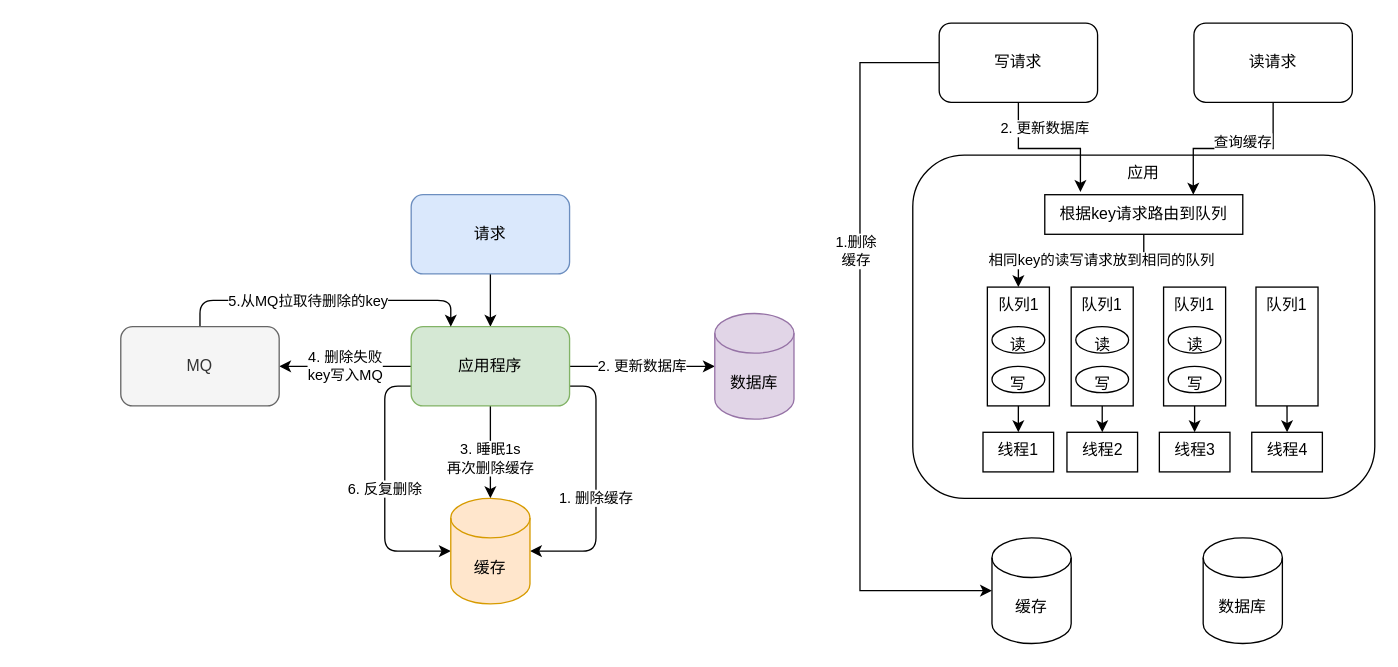
The draw.io diagram page "MySQL和Redis双写一致性" (3 of 3) of FIBM项目绘图.drawio in zhangtong0512/drawio, before the edit. Source tidied: cells renumbered, new cells numbered last; positions are measured from the earlier drawing's top-left corner, leaving out a move shared by most shapes. Both pictures are drawn from the tidied source at 132%, with x=0, y=0 at pixel (120, 22).
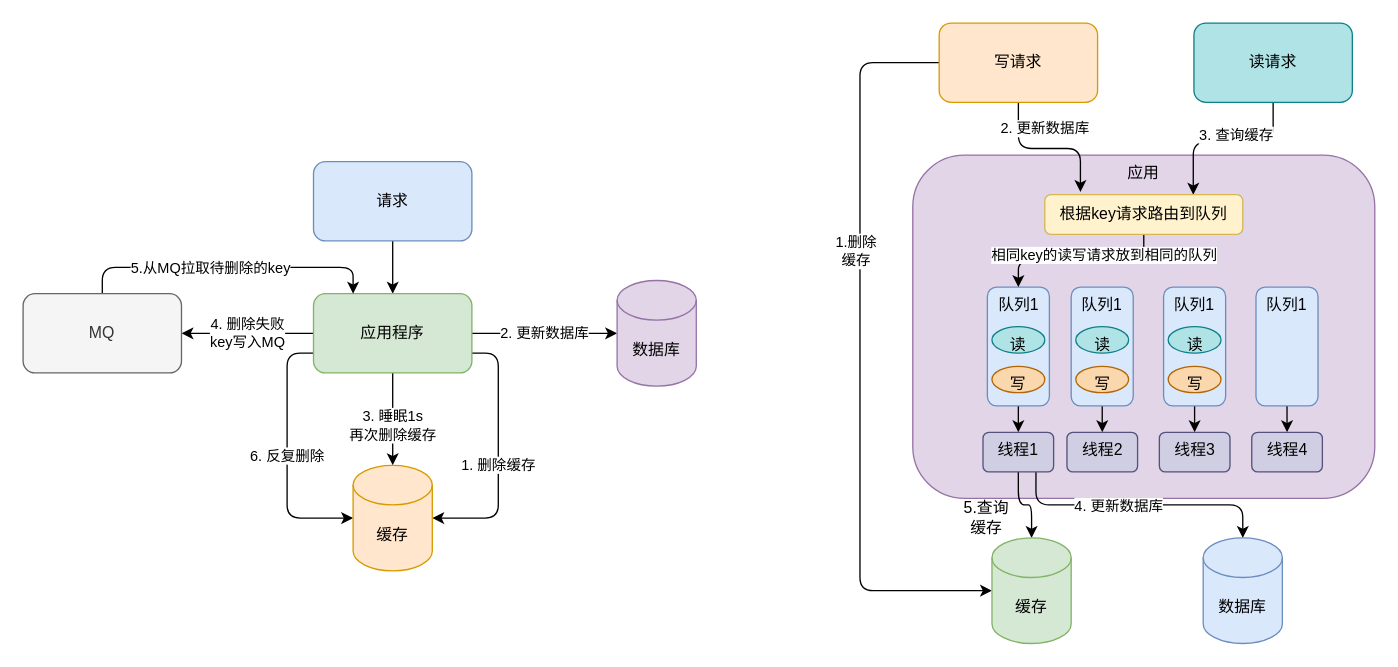
Above is the later version.

Commit message:
更新FIBM项目绘图.drawio

Change to the diagram source:
```diff
@@
-    <mxCell id="2" value="应用" style="rounded=1;whiteSpace=wrap;html=1;verticalAlign=top;" parent="1" vertex="1">
+    <mxCell id="2" value="应用" style="whiteSpace=wrap;html=1;verticalAlign=top;fillColor=#e1d5e7;strokeColor=#9673a6;rounded=1;" parent="1" vertex="1">
       <mxGeometry x="600" y="100" width="350" height="260" as="geometry" />
     </mxCell>
@@
     <mxCell id="4" value="请求" style="whiteSpace=wrap;html=1;fillColor=#dae8fc;strokeColor=#6c8ebf;rounded=1;" parent="1" vertex="1">
-      <mxGeometry x="220" y="130" width="120" height="60" as="geometry" />
+      <mxGeometry x="146" y="105" width="120" height="60" as="geometry" />
     </mxCell>
     <mxCell id="5" value="2. 更新数据库" style="edgeStyle=orthogonalEdgeStyle;jettySize=auto;html=1;entryX=0;entryY=0.5;entryDx=0;entryDy=0;entryPerimeter=0;" parent="1" edge="1" source="11" target="13">
       <mxGeometry relative="1" as="geometry">
         <Array as="points">
-          <mxPoint x="370" y="260" />
-          <mxPoint x="370" y="260" />
+          <mxPoint x="296" y="235" />
+          <mxPoint x="296" y="235" />
         </Array>
       </mxGeometry>
     </mxCell>
     <mxCell id="6" style="edgeStyle=orthogonalEdgeStyle;jettySize=auto;html=1;exitX=1;exitY=0.75;exitDx=0;exitDy=0;entryX=1;entryY=0.5;entryDx=0;entryDy=0;entryPerimeter=0;" parent="1" edge="1" source="11" target="12">
       <mxGeometry relative="1" as="geometry">
         <Array as="points">
-          <mxPoint x="360" y="275" />
-          <mxPoint x="360" y="400" />
+          <mxPoint x="286" y="250" />
+          <mxPoint x="286" y="375" />
         </Array>
       </mxGeometry>
     </mxCell>
@@
     <mxCell id="8" value="3. 睡眠1s&lt;br&gt;再次删除缓存" style="edgeStyle=orthogonalEdgeStyle;jettySize=auto;html=1;exitX=0.5;exitY=1;exitDx=0;exitDy=0;" parent="1" edge="1" source="11" target="12">
       <mxGeometry x="0.14" relative="1" as="geometry">
         <Array as="points">
-          <mxPoint x="280" y="310" />
-          <mxPoint x="280" y="310" />
+          <mxPoint x="206" y="285" />
+          <mxPoint x="206" y="285" />
         </Array>
       </mxGeometry>
     </mxCell>
@@
     <mxCell id="11" value="应用程序" style="whiteSpace=wrap;html=1;fillColor=#d5e8d4;strokeColor=#82b366;rounded=1;" parent="1" vertex="1">
-      <mxGeometry x="220" y="230" width="120" height="60" as="geometry" />
+      <mxGeometry x="146" y="205" width="120" height="60" as="geometry" />
     </mxCell>
     <mxCell id="12" value="缓存" style="shape=cylinder3;whiteSpace=wrap;html=1;boundedLbl=1;backgroundOutline=1;size=15;fillColor=#ffe6cc;strokeColor=#d79b00;rounded=1;" parent="1" vertex="1">
-      <mxGeometry x="250" y="360" width="60" height="80" as="geometry" />
+      <mxGeometry x="176" y="335" width="60" height="80" as="geometry" />
     </mxCell>
     <mxCell id="13" value="数据库" style="shape=cylinder3;whiteSpace=wrap;html=1;boundedLbl=1;backgroundOutline=1;size=15;fillColor=#e1d5e7;strokeColor=#9673a6;rounded=1;" parent="1" vertex="1">
-      <mxGeometry x="450" y="220" width="60" height="80" as="geometry" />
+      <mxGeometry x="376" y="195" width="60" height="80" as="geometry" />
     </mxCell>
@@
     <mxCell id="16" value="MQ" style="whiteSpace=wrap;html=1;fillColor=#f5f5f5;strokeColor=#666666;fontColor=#333333;rounded=1;" parent="1" vertex="1">
-      <mxGeometry y="230" width="120" height="60" as="geometry" />
+      <mxGeometry x="-74" y="205" width="120" height="60" as="geometry" />
     </mxCell>
-    <mxCell id="17" value="2. 更新数据库" style="edgeStyle=orthogonalEdgeStyle;rounded=0;jettySize=auto;html=1;exitX=0.5;exitY=1;exitDx=0;exitDy=0;entryX=0.18;entryY=-0.067;entryDx=0;entryDy=0;entryPerimeter=0;" parent="1" edge="1" source="20" target="45">
+    <mxCell id="17" value="2. 更新数据库" style="edgeStyle=orthogonalEdgeStyle;jettySize=auto;html=1;exitX=0.5;exitY=1;exitDx=0;exitDy=0;entryX=0.18;entryY=-0.067;entryDx=0;entryDy=0;entryPerimeter=0;" parent="1" edge="1" source="20" target="45">
       <mxGeometry x="-0.04" y="15" relative="1" as="geometry" />
     </mxCell>
-    <mxCell id="18" style="edgeStyle=orthogonalEdgeStyle;rounded=0;jettySize=auto;html=1;exitX=0;exitY=0.5;exitDx=0;exitDy=0;entryX=0;entryY=0.5;entryDx=0;entryDy=0;entryPerimeter=0;" parent="1" edge="1" source="20" target="41">
+    <mxCell id="18" style="edgeStyle=orthogonalEdgeStyle;jettySize=auto;html=1;exitX=0;exitY=0.5;exitDx=0;exitDy=0;entryX=0;entryY=0.5;entryDx=0;entryDy=0;entryPerimeter=0;" parent="1" edge="1" source="20" target="41">
       <mxGeometry relative="1" as="geometry">
         <Array as="points">
           <mxPoint x="560" y="30" />
           <mxPoint x="560" y="430" />
         </Array>
       </mxGeometry>
     </mxCell>
-    <mxCell id="19" value="1.删除&lt;br&gt;缓存" style="edgeLabel;html=1;align=center;verticalAlign=middle;" parent="18" vertex="1">
+    <mxCell id="19" value="1.删除&lt;br&gt;缓存" style="edgeLabel;html=1;align=center;verticalAlign=middle;rounded=1;" parent="18" vertex="1">
       <mxGeometry x="-0.28" y="-4" relative="1" as="geometry" />
     </mxCell>
-    <mxCell id="20" value="写请求" style="rounded=1;whiteSpace=wrap;html=1;" parent="1" vertex="1">
+    <mxCell id="20" value="写请求" style="whiteSpace=wrap;html=1;fillColor=#ffe6cc;strokeColor=#d79b00;rounded=1;" parent="1" vertex="1">
       <mxGeometry x="620" width="120" height="60" as="geometry" />
     </mxCell>
-    <mxCell id="21" value="查询缓存" style="edgeStyle=orthogonalEdgeStyle;rounded=0;jettySize=auto;html=1;exitX=0.5;exitY=1;exitDx=0;exitDy=0;entryX=0.75;entryY=0;entryDx=0;entryDy=0;" parent="1" edge="1" source="22" target="45">
-      <mxGeometry x="-0.11" y="-5" relative="1" as="geometry" />
+    <mxCell id="21" value="3. 查询缓存" style="edgeStyle=orthogonalEdgeStyle;jettySize=auto;html=1;exitX=0.5;exitY=1;exitDx=0;exitDy=0;entryX=0.75;entryY=0;entryDx=0;entryDy=0;" parent="1" edge="1" source="22" target="45">
+      <mxGeometry x="-0.11" y="-5" relative="1" as="geometry">
+        <Array as="points">
+          <mxPoint x="873" y="90" />
+          <mxPoint x="813" y="90" />
+        </Array>
+      </mxGeometry>
     </mxCell>
-    <mxCell id="22" value="读请求" style="rounded=1;whiteSpace=wrap;html=1;" parent="1" vertex="1">
+    <mxCell id="22" value="读请求" style="whiteSpace=wrap;html=1;fillColor=#b0e3e6;strokeColor=#0e8088;rounded=1;" parent="1" vertex="1">
       <mxGeometry x="813" width="120" height="60" as="geometry" />
     </mxCell>
-    <mxCell id="23" style="edgeStyle=orthogonalEdgeStyle;rounded=0;jettySize=auto;html=1;exitX=0.5;exitY=1;exitDx=0;exitDy=0;entryX=0.5;entryY=0;entryDx=0;entryDy=0;" parent="1" edge="1" source="24" target="31">
+    <mxCell id="23" style="edgeStyle=orthogonalEdgeStyle;jettySize=auto;html=1;exitX=0.5;exitY=1;exitDx=0;exitDy=0;entryX=0.5;entryY=0;entryDx=0;entryDy=0;" parent="1" edge="1" source="24" target="31">
       <mxGeometry relative="1" as="geometry" />
     </mxCell>
-    <mxCell id="24" value="队列1" style="rounded=0;whiteSpace=wrap;html=1;verticalAlign=top;" parent="1" vertex="1">
+    <mxCell id="24" value="队列1" style="whiteSpace=wrap;html=1;verticalAlign=top;fillColor=#dae8fc;strokeColor=#6c8ebf;rounded=1;" parent="1" vertex="1">
       <mxGeometry x="656.5" y="200" width="47" height="90" as="geometry" />
     </mxCell>
-    <mxCell id="25" style="edgeStyle=orthogonalEdgeStyle;rounded=0;jettySize=auto;html=1;exitX=0.5;exitY=1;exitDx=0;exitDy=0;entryX=0.5;entryY=0;entryDx=0;entryDy=0;" parent="1" edge="1" source="26" target="32">
+    <mxCell id="25" style="edgeStyle=orthogonalEdgeStyle;jettySize=auto;html=1;exitX=0.5;exitY=1;exitDx=0;exitDy=0;entryX=0.5;entryY=0;entryDx=0;entryDy=0;" parent="1" edge="1" source="26" target="32">
       <mxGeometry relative="1" as="geometry" />
     </mxCell>
-    <mxCell id="26" value="&lt;span&gt;队列1&lt;/span&gt;" style="rounded=0;whiteSpace=wrap;html=1;verticalAlign=top;" parent="1" vertex="1">
+    <mxCell id="26" value="&lt;span&gt;队列1&lt;/span&gt;" style="whiteSpace=wrap;html=1;verticalAlign=top;fillColor=#dae8fc;strokeColor=#6c8ebf;rounded=1;" parent="1" vertex="1">
       <mxGeometry x="720" y="200" width="47" height="90" as="geometry" />
     </mxCell>
-    <mxCell id="27" style="edgeStyle=orthogonalEdgeStyle;rounded=0;jettySize=auto;html=1;exitX=0.5;exitY=1;exitDx=0;exitDy=0;" parent="1" edge="1" source="28" target="33">
+    <mxCell id="27" style="edgeStyle=orthogonalEdgeStyle;jettySize=auto;html=1;exitX=0.5;exitY=1;exitDx=0;exitDy=0;" parent="1" edge="1" source="28" target="33">
       <mxGeometry relative="1" as="geometry" />
     </mxCell>
-    <mxCell id="28" value="&lt;span&gt;队列1&lt;/span&gt;" style="rounded=0;whiteSpace=wrap;html=1;verticalAlign=top;" parent="1" vertex="1">
+    <mxCell id="28" value="&lt;span&gt;队列1&lt;/span&gt;" style="whiteSpace=wrap;html=1;verticalAlign=top;fillColor=#dae8fc;strokeColor=#6c8ebf;rounded=1;" parent="1" vertex="1">
       <mxGeometry x="790" y="200" width="47" height="90" as="geometry" />
     </mxCell>
-    <mxCell id="29" style="edgeStyle=orthogonalEdgeStyle;rounded=0;jettySize=auto;html=1;exitX=0.5;exitY=1;exitDx=0;exitDy=0;entryX=0.5;entryY=0;entryDx=0;entryDy=0;" parent="1" edge="1" source="30" target="34">
+    <mxCell id="29" style="edgeStyle=orthogonalEdgeStyle;jettySize=auto;html=1;exitX=0.5;exitY=1;exitDx=0;exitDy=0;entryX=0.5;entryY=0;entryDx=0;entryDy=0;" parent="1" edge="1" source="30" target="34">
       <mxGeometry relative="1" as="geometry" />
     </mxCell>
-    <mxCell id="30" value="&lt;span&gt;队列1&lt;/span&gt;" style="rounded=0;whiteSpace=wrap;html=1;verticalAlign=top;" parent="1" vertex="1">
+    <mxCell id="30" value="&lt;span&gt;队列1&lt;/span&gt;" style="whiteSpace=wrap;html=1;verticalAlign=top;fillColor=#dae8fc;strokeColor=#6c8ebf;rounded=1;" parent="1" vertex="1">
       <mxGeometry x="860" y="200" width="47" height="90" as="geometry" />
     </mxCell>
+    <mxCell id="46" style="edgeStyle=orthogonalEdgeStyle;jettySize=auto;html=1;exitX=0.5;exitY=1;exitDx=0;exitDy=0;entryX=0.5;entryY=0;entryDx=0;entryDy=0;entryPerimeter=0;" parent="1" edge="1" source="31" target="41">
+      <mxGeometry relative="1" as="geometry" />
+    </mxCell>
+    <mxCell id="47" style="edgeStyle=orthogonalEdgeStyle;jettySize=auto;html=1;exitX=0.75;exitY=1;exitDx=0;exitDy=0;" parent="1" edge="1" source="31" target="42">
+      <mxGeometry relative="1" as="geometry" />
+    </mxCell>
+    <mxCell id="48" value="4. 更新数据库" style="edgeLabel;html=1;align=center;verticalAlign=middle;rounded=1;" parent="47" vertex="1">
+      <mxGeometry x="-0.15" relative="1" as="geometry">
+        <mxPoint x="-1" as="offset" />
+      </mxGeometry>
+    </mxCell>
-    <mxCell id="31" value="线程1" style="rounded=0;whiteSpace=wrap;html=1;verticalAlign=top;" parent="1" vertex="1">
+    <mxCell id="31" value="线程1" style="whiteSpace=wrap;html=1;verticalAlign=top;fillColor=#d0cee2;strokeColor=#56517e;rounded=1;" parent="1" vertex="1">
       <mxGeometry x="653.2" y="310" width="53.5" height="30" as="geometry" />
     </mxCell>
-    <mxCell id="32" value="&lt;span&gt;线程2&lt;/span&gt;" style="rounded=0;whiteSpace=wrap;html=1;verticalAlign=top;" parent="1" vertex="1">
+    <mxCell id="32" value="&lt;span&gt;线程2&lt;/span&gt;" style="whiteSpace=wrap;html=1;verticalAlign=top;fillColor=#d0cee2;strokeColor=#56517e;rounded=1;" parent="1" vertex="1">
       <mxGeometry x="716.8" y="310" width="53.5" height="30" as="geometry" />
     </mxCell>
-    <mxCell id="33" value="&lt;span&gt;线程3&lt;/span&gt;" style="rounded=0;whiteSpace=wrap;html=1;verticalAlign=top;" parent="1" vertex="1">
+    <mxCell id="33" value="&lt;span&gt;线程3&lt;/span&gt;" style="whiteSpace=wrap;html=1;verticalAlign=top;fillColor=#d0cee2;strokeColor=#56517e;rounded=1;" parent="1" vertex="1">
       <mxGeometry x="786.8" y="310" width="53.5" height="30" as="geometry" />
     </mxCell>
-    <mxCell id="34" value="&lt;span&gt;线程4&lt;/span&gt;" style="rounded=0;whiteSpace=wrap;html=1;verticalAlign=top;" parent="1" vertex="1">
+    <mxCell id="34" value="&lt;span&gt;线程4&lt;/span&gt;" style="whiteSpace=wrap;html=1;verticalAlign=top;fillColor=#d0cee2;strokeColor=#56517e;rounded=1;" parent="1" vertex="1">
       <mxGeometry x="856.8" y="310" width="53.5" height="30" as="geometry" />
     </mxCell>
-    <mxCell id="35" value="写" style="ellipse;whiteSpace=wrap;html=1;rounded=1;verticalAlign=top;" parent="1" vertex="1">
+    <mxCell id="35" value="写" style="ellipse;whiteSpace=wrap;html=1;verticalAlign=top;fillColor=#fad7ac;strokeColor=#b46504;rounded=1;" parent="1" vertex="1">
       <mxGeometry x="660" y="260" width="40" height="20" as="geometry" />
     </mxCell>
-    <mxCell id="36" value="读" style="ellipse;whiteSpace=wrap;html=1;rounded=1;verticalAlign=top;" parent="1" vertex="1">
+    <mxCell id="36" value="读" style="ellipse;whiteSpace=wrap;html=1;verticalAlign=top;fillColor=#b0e3e6;strokeColor=#0e8088;rounded=1;" parent="1" vertex="1">
       <mxGeometry x="660" y="230" width="40" height="20" as="geometry" />
     </mxCell>
-    <mxCell id="37" value="写" style="ellipse;whiteSpace=wrap;html=1;rounded=1;verticalAlign=top;" parent="1" vertex="1">
+    <mxCell id="37" value="写" style="ellipse;whiteSpace=wrap;html=1;verticalAlign=top;fillColor=#fad7ac;strokeColor=#b46504;rounded=1;" parent="1" vertex="1">
       <mxGeometry x="723.5" y="260" width="40" height="20" as="geometry" />
     </mxCell>
-    <mxCell id="38" value="读" style="ellipse;whiteSpace=wrap;html=1;rounded=1;verticalAlign=top;" parent="1" vertex="1">
+    <mxCell id="38" value="读" style="ellipse;whiteSpace=wrap;html=1;verticalAlign=top;fillColor=#b0e3e6;strokeColor=#0e8088;rounded=1;" parent="1" vertex="1">
       <mxGeometry x="723.5" y="230" width="40" height="20" as="geometry" />
     </mxCell>
-    <mxCell id="39" value="写" style="ellipse;whiteSpace=wrap;html=1;rounded=1;verticalAlign=top;" parent="1" vertex="1">
+    <mxCell id="39" value="写" style="ellipse;whiteSpace=wrap;html=1;verticalAlign=top;fillColor=#fad7ac;strokeColor=#b46504;rounded=1;" parent="1" vertex="1">
       <mxGeometry x="793.5" y="260" width="40" height="20" as="geometry" />
     </mxCell>
-    <mxCell id="40" value="读" style="ellipse;whiteSpace=wrap;html=1;rounded=1;verticalAlign=top;" parent="1" vertex="1">
+    <mxCell id="40" value="读" style="ellipse;whiteSpace=wrap;html=1;verticalAlign=top;fillColor=#b0e3e6;strokeColor=#0e8088;rounded=1;" parent="1" vertex="1">
       <mxGeometry x="793.5" y="230" width="40" height="20" as="geometry" />
     </mxCell>
-    <mxCell id="41" value="缓存" style="shape=cylinder3;whiteSpace=wrap;html=1;boundedLbl=1;backgroundOutline=1;size=15;" parent="1" vertex="1">
+    <mxCell id="41" value="缓存" style="shape=cylinder3;whiteSpace=wrap;html=1;boundedLbl=1;backgroundOutline=1;size=15;fillColor=#d5e8d4;strokeColor=#82b366;rounded=1;" parent="1" vertex="1">
       <mxGeometry x="660" y="390" width="60" height="80" as="geometry" />
     </mxCell>
-    <mxCell id="42" value="数据库" style="shape=cylinder3;whiteSpace=wrap;html=1;boundedLbl=1;backgroundOutline=1;size=15;" parent="1" vertex="1">
+    <mxCell id="42" value="数据库" style="shape=cylinder3;whiteSpace=wrap;html=1;boundedLbl=1;backgroundOutline=1;size=15;fillColor=#dae8fc;strokeColor=#6c8ebf;rounded=1;" parent="1" vertex="1">
       <mxGeometry x="820" y="390" width="60" height="80" as="geometry" />
     </mxCell>
-    <mxCell id="43" style="edgeStyle=orthogonalEdgeStyle;rounded=0;jettySize=auto;html=1;exitX=0.5;exitY=1;exitDx=0;exitDy=0;entryX=0.5;entryY=0;entryDx=0;entryDy=0;" parent="1" edge="1" source="45" target="24">
+    <mxCell id="43" style="edgeStyle=orthogonalEdgeStyle;jettySize=auto;html=1;exitX=0.5;exitY=1;exitDx=0;exitDy=0;entryX=0.5;entryY=0;entryDx=0;entryDy=0;" parent="1" edge="1" source="45" target="24">
       <mxGeometry relative="1" as="geometry" />
     </mxCell>
-    <mxCell id="44" value="相同key的读写请求放到相同的队列" style="edgeLabel;html=1;align=center;verticalAlign=middle;" parent="43" vertex="1">
-      <mxGeometry x="-0.21" y="-1" relative="1" as="geometry" />
+    <mxCell id="44" value="相同key的读写请求放到相同的队列" style="edgeLabel;html=1;align=center;verticalAlign=middle;rounded=1;" parent="43" vertex="1">
+      <mxGeometry x="-0.21" y="-1" relative="1" as="geometry">
+        <mxPoint x="2" y="-4" as="offset" />
+      </mxGeometry>
     </mxCell>
-    <mxCell id="45" value="根据key请求路由到队列" style="rounded=0;whiteSpace=wrap;html=1;" parent="1" vertex="1">
+    <mxCell id="45" value="根据key请求路由到队列" style="whiteSpace=wrap;html=1;fillColor=#fff2cc;strokeColor=#d6b656;rounded=1;" parent="1" vertex="1">
       <mxGeometry x="700" y="130" width="150" height="30" as="geometry" />
     </mxCell>
+    <mxCell id="49" value="5.查询缓存" style="text;html=1;strokeColor=none;fillColor=none;align=center;verticalAlign=middle;whiteSpace=wrap;rounded=1;" parent="1" vertex="1">
+      <mxGeometry x="636" y="365" width="40" height="20" as="geometry" />
+    </mxCell>
```
